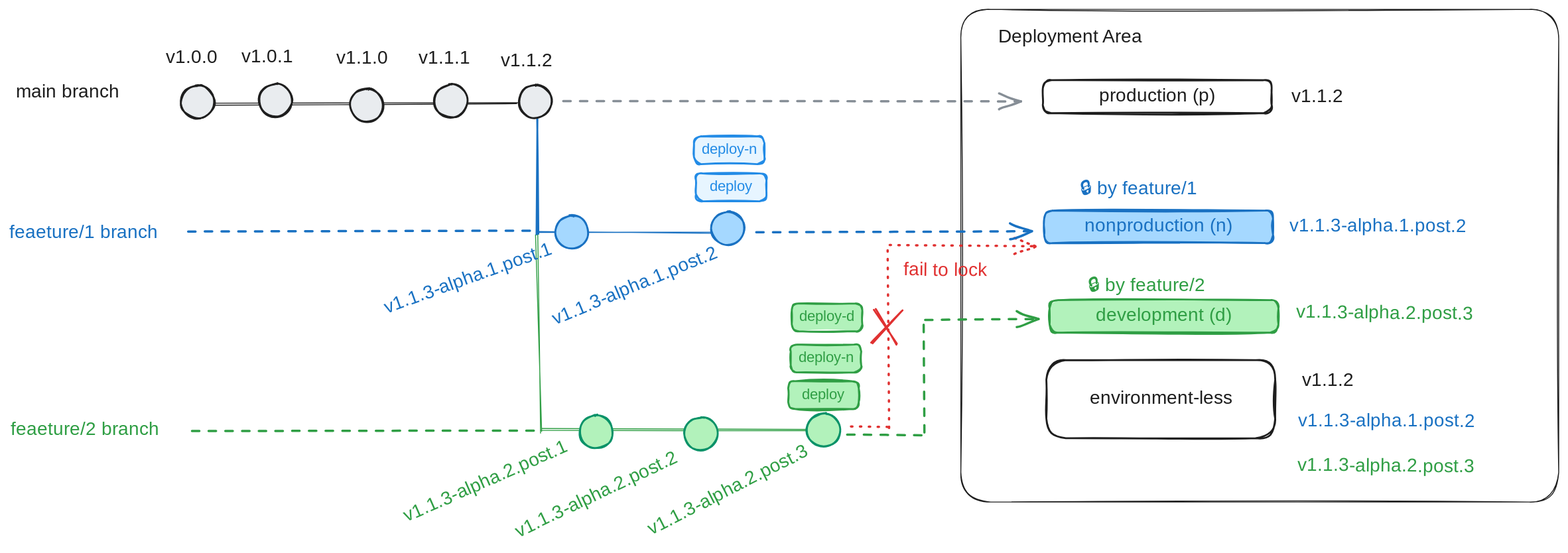
wislertt/zerv-flow keeps this Excalidraw diagram as docs/assets/deployment-flow-3.excalidraw.svg. Above is the earlier version. Source tidied: one line per element, renumbered; positions are measured from the earlier drawing's top-left corner, leaving out a move shared by most shapes.
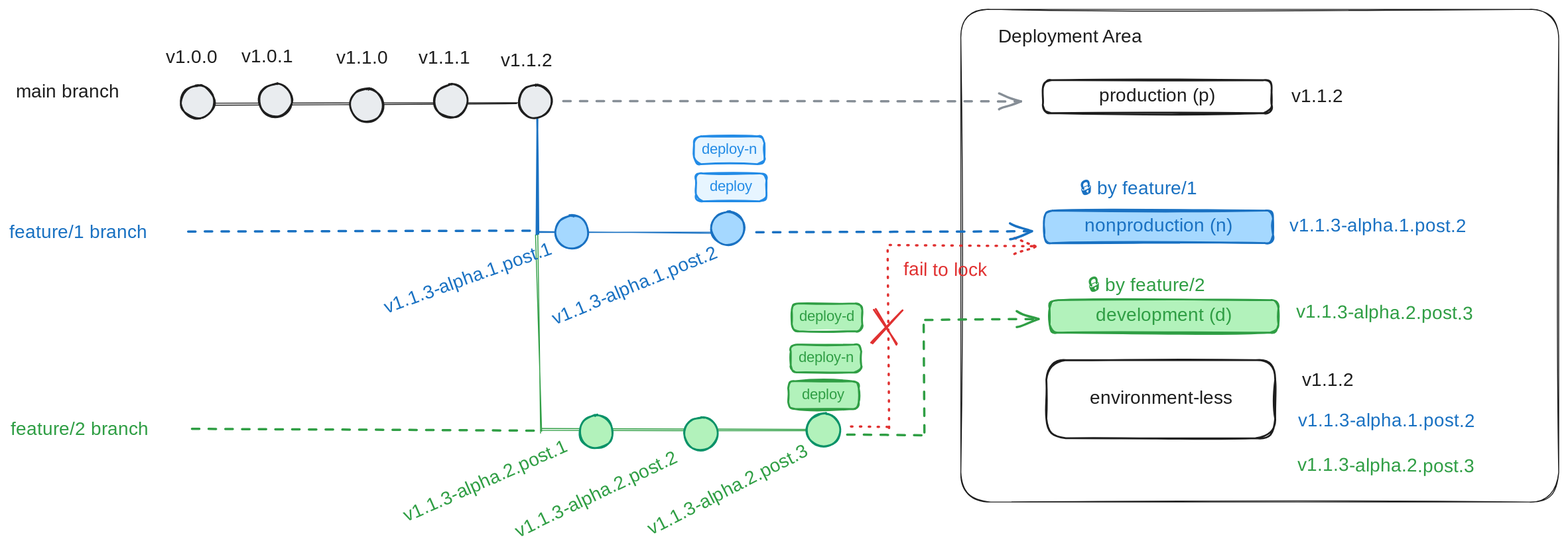
Above is the later version.

Diff of the diagram source:
```diff
@@ -16,14 +16,14 @@
 {"id": 15, "type": "text", "text": "main branch", "strokeColor": "#1e1e1e", "strokeWidth": 2, "roughness": 1, "fontSize": 20, "fontFamily": 5, "x": 7, "y": 77, "width": 124, "height": 25}
 {"id": 16, "type": "ellipse", "strokeColor": "#1971c2", "backgroundColor": "#a5d8ff", "fillStyle": "solid", "strokeWidth": 2, "roughness": 1, "round": true, "x": 588, "y": 222, "width": 36, "height": 36}
 {"id": 17, "type": "ellipse", "strokeColor": "#1971c2", "backgroundColor": "#a5d8ff", "fillStyle": "solid", "strokeWidth": 2, "roughness": 1, "round": true, "x": 756, "y": 218, "width": 36, "height": 36}
-{"id": 18, "type": "text", "text": "feaeture/1 branch", "strokeColor": "#1971c2", "strokeWidth": 2, "roughness": 1, "fontSize": 20, "fontFamily": 5, "x": 0, "y": 228, "width": 183, "height": 25}
+{"id": 18, "type": "text", "text": "feature/1 branch", "strokeColor": "#1971c2", "strokeWidth": 2, "roughness": 1, "fontSize": 20, "fontFamily": 5, "x": 0, "y": 228, "width": 183, "height": 25}
 {"id": 19, "type": "text", "text": "v1.1.2", "strokeColor": "#1e1e1e", "strokeWidth": 2, "roughness": 1, "fontSize": 20, "fontFamily": 5, "x": 1381, "y": 82, "width": 74, "height": 25}
 {"id": 20, "type": "text", "text": "v1.1.2", "strokeColor": "#1e1e1e", "strokeWidth": 2, "roughness": 1, "fontSize": 20, "fontFamily": 5, "x": 1392, "y": 388, "width": 74, "height": 25}
 {"id": 21, "type": "text", "text": "v1.1.3-alpha.1.post.1", "strokeColor": "#1971c2", "angle": 5.94, "strokeWidth": 2, "roughness": 1, "fontSize": 20, "fontFamily": 5, "x": 399, "y": 278, "width": 191, "height": 25}
 {"id": 22, "type": "text", "text": "v1.1.3-alpha.1.post.2", "strokeColor": "#1971c2", "angle": 5.89, "strokeWidth": 2, "roughness": 1, "fontSize": 20, "fontFamily": 5, "x": 578, "y": 285, "width": 199, "height": 25}
 {"id": 23, "type": "text", "text": "v1.1.3-alpha.1.post.2", "strokeColor": "#1971c2", "angle": 0.0, "strokeWidth": 2, "roughness": 1, "fontSize": 19.76, "fontFamily": 5, "x": 1388, "y": 432, "width": 259, "height": 25}
 {"id": 24, "type": "text", "text": "v1.1.3-alpha.1.post.2", "strokeColor": "#1971c2", "angle": 0.0, "strokeWidth": 2, "roughness": 1, "fontSize": 19.76, "fontFamily": 5, "x": 1379, "y": 222, "width": 259, "height": 25}
-{"id": 25, "type": "text", "text": "feaeture/2 branch", "strokeColor": "#2f9e44", "strokeWidth": 2, "roughness": 1, "fontSize": 20, "fontFamily": 5, "x": 2, "y": 441, "width": 183, "height": 25}
+{"id": 25, "type": "text", "text": "feature/2 branch", "strokeColor": "#2f9e44", "strokeWidth": 2, "roughness": 1, "fontSize": 20, "fontFamily": 5, "x": 2, "y": 441, "width": 183, "height": 25}
 {"id": 26, "type": "ellipse", "strokeColor": "#099268", "backgroundColor": "#b2f2bb", "fillStyle": "solid", "strokeWidth": 2, "roughness": 1, "round": true, "x": 614, "y": 437, "width": 36, "height": 36}
 {"id": 27, "type": "text", "text": "v1.1.3-alpha.2.post.1", "strokeColor": "#2f9e44", "angle": 5.87, "strokeWidth": 2, "roughness": 1, "fontSize": 20, "fontFamily": 5, "x": 418, "y": 495, "width": 198, "height": 25}
 {"id": 28, "type": "text", "text": "v1.1.3-alpha.2.post.2", "strokeColor": "#2f9e44", "angle": 5.84, "strokeWidth": 2, "roughness": 1, "fontSize": 20, "fontFamily": 5, "x": 536, "y": 507, "width": 207, "height": 25}
@@ -60,7 +60,7 @@
 {"id": 59, "type": "arrow", "strokeColor": "#2f9e44", "strokeWidth": 2, "strokeStyle": "dashed", "roughness": 1, "round": true, "from": 36, "x": 903, "y": 458, "width": 82, "height": 0, "points": [[0, 0], [82, 0]]}
 {"id": 60, "type": "text", "text": "🔒 by feature/2", "strokeColor": "#2f9e44", "strokeWidth": 2, "roughness": 1, "fontSize": 20, "fontFamily": 5, "x": 1162, "y": 286, "width": 158, "height": 25}
 {"id": 61, "type": "text", "text": "v1.1.3-alpha.2.post.3", "strokeColor": "#2f9e44", "angle": 0.01, "strokeWidth": 2, "roughness": 1, "fontSize": 20, "fontFamily": 5, "x": 1386, "y": 316, "width": 261, "height": 25}
-{"id": 62, "type": "arrow", "strokeColor": "#2f9e44", "strokeWidth": 2, "strokeStyle": "dashed", "roughness": 1, "round": true, "from": 25, "to": 27, "x": 197, "y": 455, "width": 372, "height": 0, "points": [[0, 0], [372, 0]]}
+{"id": 62, "type": "arrow", "strokeColor": "#2f9e44", "strokeWidth": 2, "strokeStyle": "dashed", "roughness": 1, "round": true, "from": 25, "to": 27, "x": 197, "y": 452, "width": 372, "height": 2, "points": [[0, 0], [372, 2]]}
 {"id": 63, "type": "arrow", "strokeColor": "#1971c2", "strokeWidth": 2, "strokeStyle": "dashed", "roughness": 1, "round": true, "from": 18, "x": 192, "y": 240, "width": 374, "height": 0, "points": [[0, 0], [374, 0]]}
 {"id": 64, "type": "text", "text": "v1.0.0", "strokeColor": "#1e1e1e", "strokeWidth": 2, "roughness": 1, "fontSize": 20, "fontFamily": 5, "x": 168, "y": 40, "width": 74, "height": 25}
 {"id": 65, "type": "text", "text": "v1.0.1", "strokeColor": "#1e1e1e", "strokeWidth": 2, "roughness": 1, "fontSize": 20, "fontFamily": 5, "x": 250, "y": 40, "width": 74, "height": 25}
```
